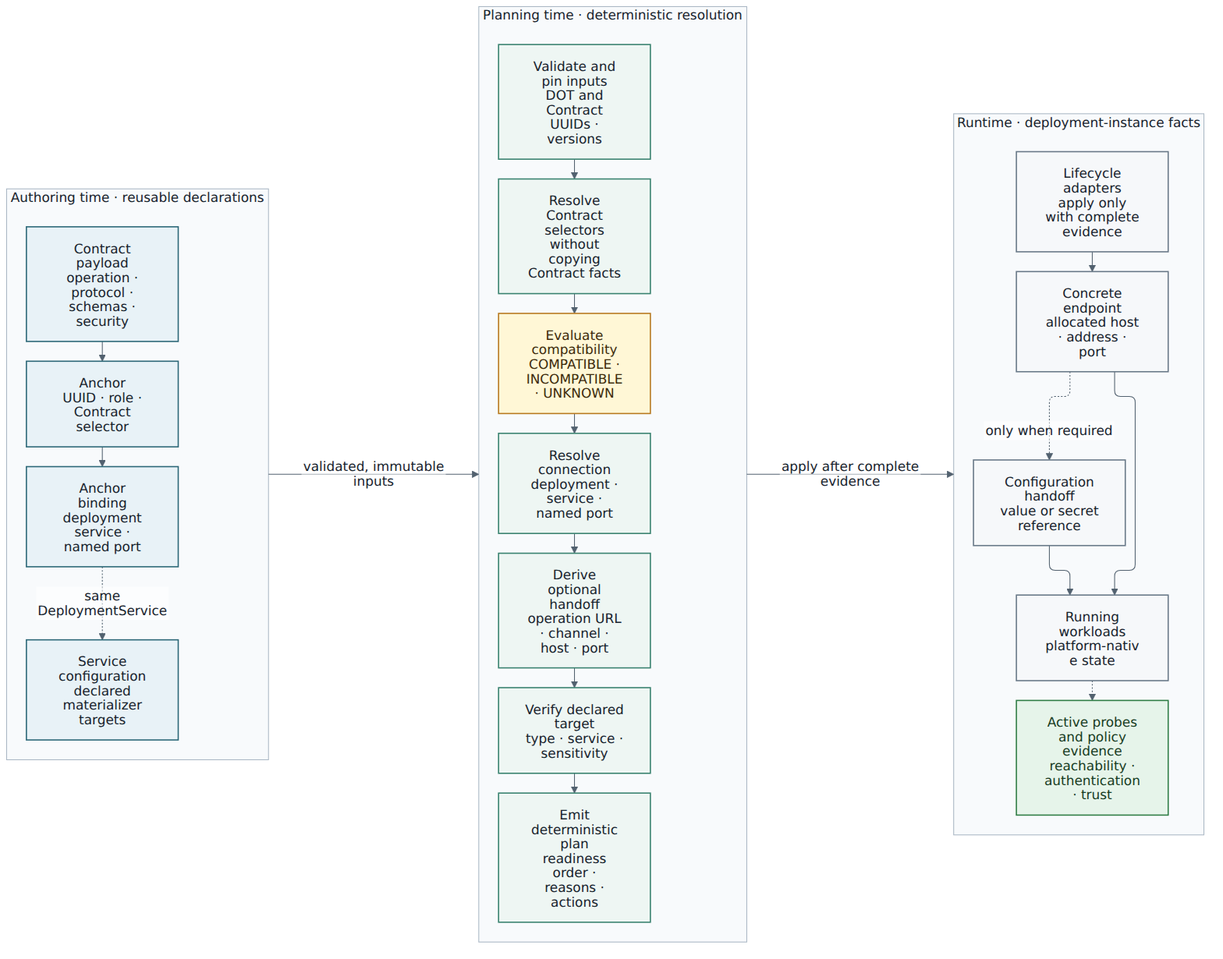
This is DOT-Design/next/dot-design/_images/diagrams/composition-resolution-stages.png from MARE-EU-Project/DOT-Docs, a Mermaid export, as it was before one commit. Its source is kept beside it as DOT-Design/next/dot-design/_attachments/diagrams/composition-resolution-stages.mmd. Source of this version:
```mermaid
flowchart LR
  accTitle: Authoring, planning, and runtime resolution stages
  accDescr: Independently authored Contracts, Anchors, bindings, and configuration declarations are pinned and resolved into a deterministic plan before lifecycle adapters create endpoints, materialize configuration, and collect runtime evidence.

  subgraph Authoring["Authoring time · reusable declarations"]
    direction TB
    Contract["Contract payload<br/>operation · protocol · schemas · security"]
    Anchor["Anchor<br/>UUID · role · Contract selector"]
    Binding["Anchor binding<br/>deployment service · named port"]
    Config["Service configuration<br/>declared materializer targets"]
    Contract --> Anchor
    Anchor --> Binding
    Binding -.->|same DeploymentService| Config
  end

  subgraph Planning["Planning time · deterministic resolution"]
    direction TB
    Inputs["Validate and pin inputs<br/>DOT and Contract UUIDs · versions"]
    Selectors["Resolve Contract selectors<br/>without copying Contract facts"]
    Compatibility["Evaluate compatibility<br/>COMPATIBLE · INCOMPATIBLE · UNKNOWN"]
    Connection["Resolve connection<br/>deployment · service · named port"]
    Handoff["Derive optional handoff<br/>operation URL · channel · host · port"]
    Target["Verify declared target<br/>type · service · sensitivity"]
    Plan["Emit deterministic plan<br/>readiness order · reasons · actions"]
    Inputs --> Selectors --> Compatibility --> Connection
    Connection --> Handoff --> Target --> Plan
  end

  subgraph Runtime["Runtime · deployment-instance facts"]
    direction TB
    Apply["Lifecycle adapters<br/>apply only with complete evidence"]
    Endpoint["Concrete endpoint<br/>allocated host · address · port"]
    Inject["Configuration handoff<br/>value or secret reference"]
    Workload["Running workloads<br/>platform-native state"]
    Probe["Active probes and policy evidence<br/>reachability · authentication · trust"]
    Apply --> Endpoint
    Endpoint -.->|only when required| Inject
    Endpoint --> Workload
    Inject --> Workload
    Workload -.-> Probe
  end

  Authoring -->|validated, immutable inputs| Planning
  Planning -->|apply after complete evidence| Runtime

  classDef authored fill:#e8f2f7,stroke:#2b6777,color:#17232d,stroke-width:1.5px;
  classDef process fill:#eef6f3,stroke:#39826f,color:#17232d,stroke-width:1.5px;
  classDef decision fill:#fff7d6,stroke:#b7791f,color:#3d2b0a,stroke-width:1.5px;
  classDef runtime fill:#f6f8fa,stroke:#687887,color:#17232d,stroke-width:1.5px;
  classDef evidence fill:#e6f4ea,stroke:#2f7d45,color:#173c23,stroke-width:1.5px;
  class Contract,Anchor,Binding,Config authored;
  class Inputs,Selectors,Connection,Handoff,Target,Plan process;
  class Compatibility decision;
  class Apply,Endpoint,Inject,Workload runtime;
  class Probe evidence;
```
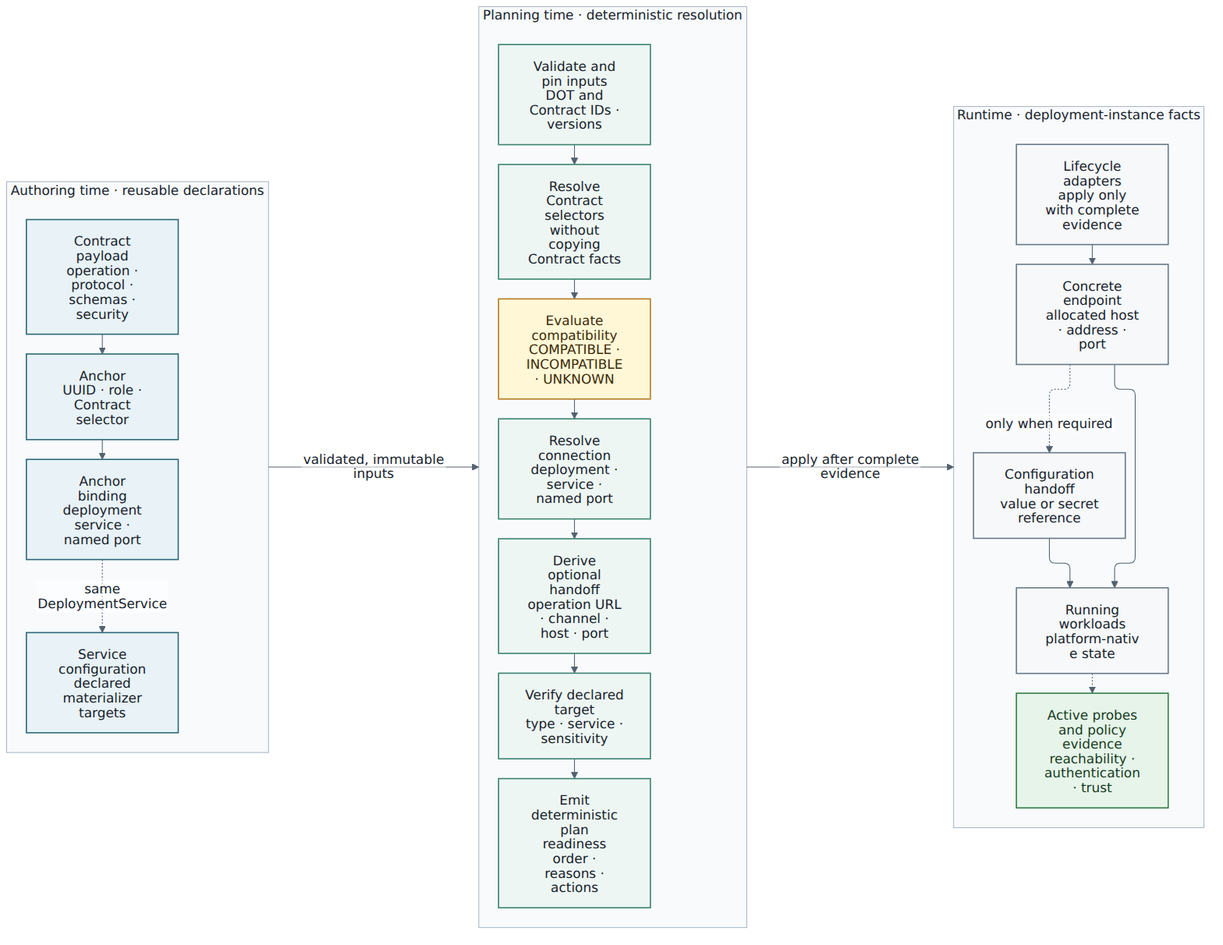
The same file after the commit.

The edit, as a diff of the source:
```diff
@@ -15,7 +15,7 @@
 
   subgraph Planning["Planning time · deterministic resolution"]
     direction TB
-    Inputs["Validate and pin inputs<br/>DOT and Contract UUIDs · versions"]
+    Inputs["Validate and pin inputs<br/>DOT and Contract IDs · versions"]
     Selectors["Resolve Contract selectors<br/>without copying Contract facts"]
     Compatibility["Evaluate compatibility<br/>COMPATIBLE · INCOMPATIBLE · UNKNOWN"]
     Connection["Resolve connection<br/>deployment · service · named port"]
```
